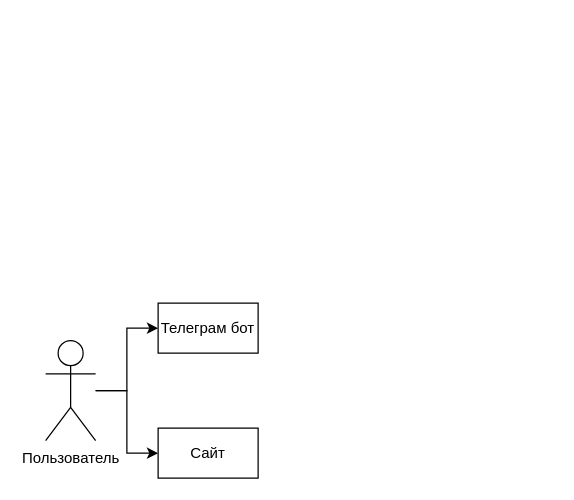
Before: Untitled Diagram.drawio in notfredder/AI-SITE-diplom, a draw.io diagram. Source tidied: cells renumbered, new cells numbered last; positions are measured from the earlier drawing's top-left corner, leaving out a move shared by most shapes. Both pictures are drawn from the tidied source at 125%, with x=0, y=0 at pixel (45, 302).
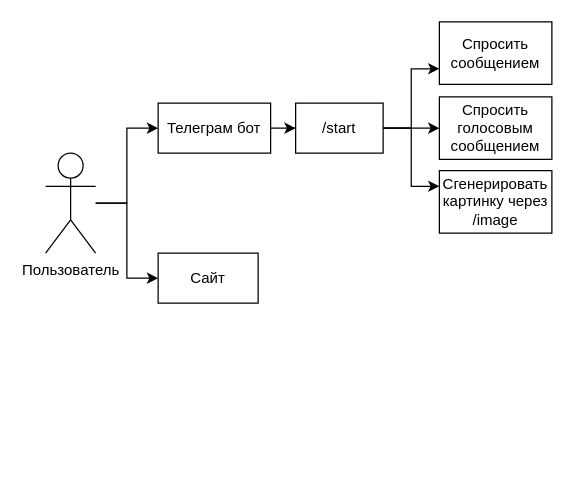
The same diagram, later.

The edit, as a diff of the source:
```diff
@@
 <mxGraphModel>
   <root>
     <mxCell id="0" />
     <mxCell id="1" parent="0" />
     <mxCell id="2" style="edgeStyle=orthogonalEdgeStyle;rounded=0;jettySize=auto;html=1;" parent="1" edge="1" source="4" target="6">
       <mxGeometry relative="1" as="geometry" />
     </mxCell>
     <mxCell id="3" style="edgeStyle=orthogonalEdgeStyle;rounded=0;jettySize=auto;html=1;" parent="1" edge="1" source="4" target="5">
       <mxGeometry relative="1" as="geometry" />
     </mxCell>
     <mxCell id="4" value="Пользователь" style="shape=umlActor;verticalLabelPosition=bottom;verticalAlign=top;html=1;outlineConnect=0;" parent="1" vertex="1">
-      <mxGeometry y="30" width="40" height="80" as="geometry" />
+      <mxGeometry y="-120" width="40" height="80" as="geometry" />
     </mxCell>
+    <mxCell id="7" style="edgeStyle=orthogonalEdgeStyle;rounded=0;jettySize=auto;html=1;" parent="1" edge="1" source="5" target="11">
+      <mxGeometry relative="1" as="geometry" />
+    </mxCell>
     <mxCell id="5" value="Телеграм бот" style="rounded=0;whiteSpace=wrap;html=1;" parent="1" vertex="1">
-      <mxGeometry x="90" width="80" height="40" as="geometry" />
+      <mxGeometry x="90" y="-160" width="90" height="40" as="geometry" />
     </mxCell>
     <mxCell id="6" value="Сайт" style="rounded=0;whiteSpace=wrap;html=1;" parent="1" vertex="1">
-      <mxGeometry x="90" y="100" width="80" height="40" as="geometry" />
+      <mxGeometry x="90" y="-40" width="80" height="40" as="geometry" />
     </mxCell>
+    <mxCell id="8" style="edgeStyle=orthogonalEdgeStyle;rounded=0;jettySize=auto;html=1;" parent="1" edge="1" source="11" target="12">
+      <mxGeometry relative="1" as="geometry" />
+    </mxCell>
+    <mxCell id="9" style="edgeStyle=orthogonalEdgeStyle;rounded=0;jettySize=auto;html=1;entryX=0;entryY=0.75;entryDx=0;entryDy=0;" parent="1" edge="1" source="11" target="13">
+      <mxGeometry relative="1" as="geometry" />
+    </mxCell>
+    <mxCell id="10" style="edgeStyle=orthogonalEdgeStyle;rounded=0;jettySize=auto;html=1;entryX=0;entryY=0.25;entryDx=0;entryDy=0;" parent="1" edge="1" source="11" target="14">
+      <mxGeometry relative="1" as="geometry" />
+    </mxCell>
+    <mxCell id="11" value="/start" style="rounded=0;whiteSpace=wrap;html=1;direction=west;" parent="1" vertex="1">
+      <mxGeometry x="200" y="-160" width="70" height="40" as="geometry" />
+    </mxCell>
+    <mxCell id="12" value="Спросить голосовым сообщением" style="rounded=0;whiteSpace=wrap;html=1;" parent="1" vertex="1">
+      <mxGeometry x="315" y="-165" width="90" height="50" as="geometry" />
+    </mxCell>
+    <mxCell id="13" value="Спросить сообщением" style="rounded=0;whiteSpace=wrap;html=1;" parent="1" vertex="1">
+      <mxGeometry x="315" y="-225" width="90" height="50" as="geometry" />
+    </mxCell>
+    <mxCell id="14" value="Сгенерировать картинку через /image" style="rounded=0;whiteSpace=wrap;html=1;" parent="1" vertex="1">
+      <mxGeometry x="315" y="-106" width="90" height="50" as="geometry" />
+    </mxCell>
   </root>
 </mxGraphModel>
```
